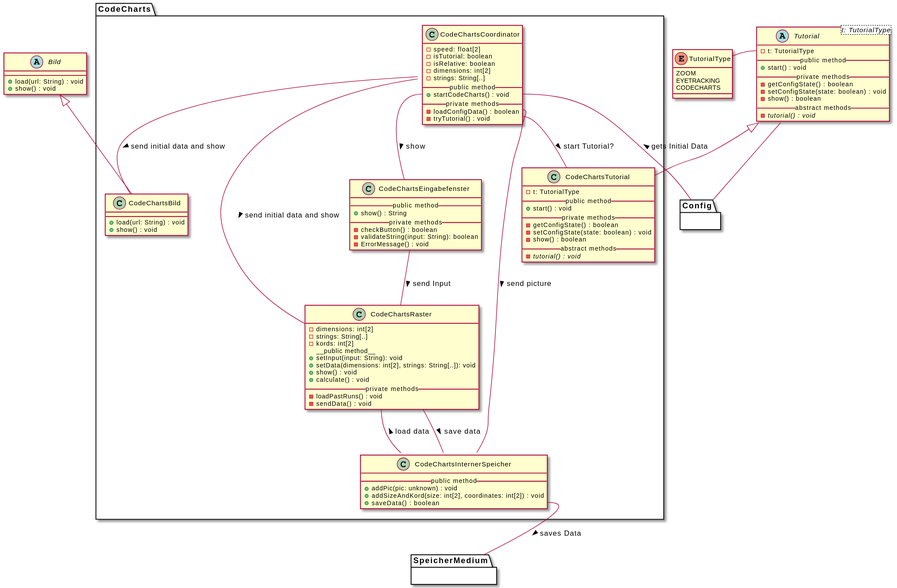
The PlantUML diagram meilenstein_03/uml-code_charts/kommentiert/uml-code_charts_commented.svg in weichware10/meilensteine, before a commit. Its diagram source:
```plantuml
@startuml
top to bottom direction

abstract Tutorial<t: TutorialType> {
  - t: TutorialType
  __public method__
  + start() : void
  __private methods__
  - getConfigState() : boolean
  - setConfigState(state: boolean) : void
  - show() : boolean
  __abstract methods__
  - {abstract} tutorial() : void
}

enum TutorialType {
  ZOOM
  EYETRACKING
  CODECHARTS
}

Tutorial::t -l- TutorialType
Tutorial -d- Config



abstract Bild {
  + load(url: String) : void
  + show() : void
}

package CodeCharts {

    class CodeChartsTutorial {
      - t: TutorialType
      __public method__
      + start() : void
      __private methods__
      - getConfigState() : boolean
      - setConfigState(state: boolean) : void
      - show() : boolean
      __abstract methods__
      - {abstract} tutorial() : void
    }

    class CodeChartsCoordinator {
        - speed: float[2]
        - isTutorial: boolean
        - isRelative: boolean
        - dimensions: int[2]
        - strings: String[..]
        __public method__
        + startCodeCharts() : void
        __private methods__
        - loadConfigData() : boolean
        - tryTutorial() : void
    }

    class CodeChartsInternerSpeicher {
        __public method__
        + addPic(pic: unknown) : void
        + addSizeAndKord(size: int[2], coordinates: int[2]) : void
        + saveData() : boolean
    }

    class CodeChartsBild {
        + load(url: String) : void
        + show() : void
    }

    class CodeChartsRaster {
        - dimensions: int[2]
        - strings: String[..]
        - kords: int[2]
        __public method__
        + setInput(input: String): void
        + setData(dimensions: int[2], strings: String[..]): void
        + show() : void
        + calculate() : void
        __private methods__
        - loadPastRuns() : void
        - sendData() : void
    }

    class CodeChartsEingabefenster {
        __public method__
        + show() : String
        __private methods__
        - checkButton() : boolean
        - validateString(input: String): boolean
        - ErrorMessage() : void
    }


    Bild <|-d- CodeChartsBild
    Tutorial <|-d- CodeChartsTutorial

    CodeChartsCoordinator -- CodeChartsBild : > send initial data and show
    CodeChartsCoordinator -- CodeChartsRaster : > send initial data and show
    CodeChartsCoordinator::startCodeCharts -- CodeChartsEingabefenster : > show
    CodeChartsCoordinator::loadConfigData -- CodeChartsInternerSpeicher : > send picture
    CodeChartsCoordinator::tryTutorial -- CodeChartsTutorial : > start Tutorial?
    CodeChartsRaster -- CodeChartsInternerSpeicher : < load data
    CodeChartsRaster -- CodeChartsInternerSpeicher : > save data
    CodeChartsEingabefenster -- CodeChartsRaster : > send Input



    CodeChartsInternerSpeicher::saveData -- SpeicherMedium : > saves Data
    CodeChartsCoordinator::startCodeCharts -- Config : < gets Initial Data

}

package Config {}

package SpeicherMedium {}
@enduml
```
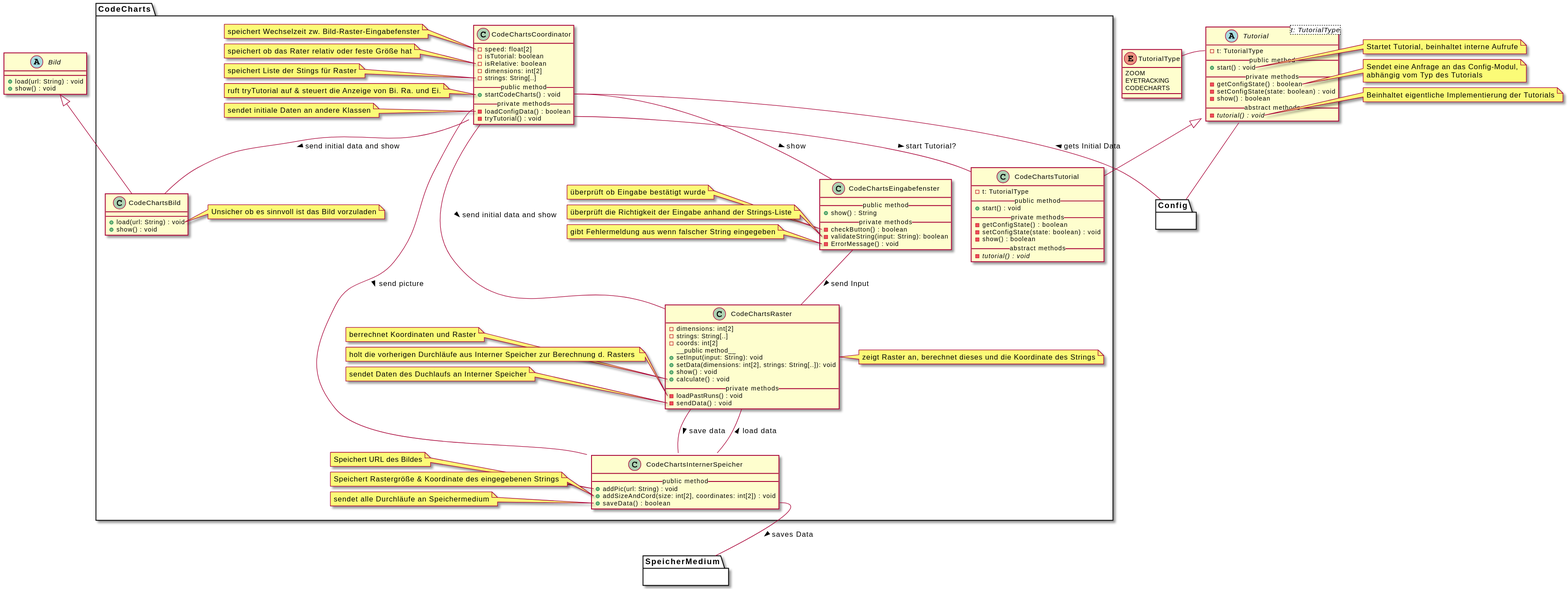
The same file after the commit.

Commit message:
Render PlantUML SVGs

What changed in the source:
```diff
@@ -18,6 +18,17 @@
   EYETRACKING
   CODECHARTS
 }
+
+note right of Tutorial::start
+    Startet Tutorial, beinhaltet interne Aufrufe
+end note
+note right of Tutorial::getConfigState
+    Sendet eine Anfrage an das Config-Modul,
+    abhängig vom Typ des Tutorials
+end note
+note right of Tutorial::tutorial
+    Beinhaltet eigentliche Implementierung der Tutorials
+end note
 
 Tutorial::t -l- TutorialType
 Tutorial -d- Config
@@ -56,22 +67,53 @@
         - tryTutorial() : void
     }
 
+    note left of CodeChartsCoordinator::speed
+        speichert Wechselzeit zw. Bild-Raster-Eingabefenster
+    end note
+    note left of CodeChartsCoordinator::isRelative
+        speichert ob das Rater relativ oder feste Größe hat
+    end note
+    note left of CodeChartsCoordinator::strings
+        speichert Liste der Stings für Raster
+    end note
+    note left of CodeChartsCoordinator::startCodeCharts
+        ruft tryTutorial auf & steuert die Anzeige von Bi. Ra. und Ei.
+    end note
+    note left of CodeChartsCoordinator::loadConfigData
+        sendet initiale Daten an andere Klassen
+    end note
+
+
     class CodeChartsInternerSpeicher {
         __public method__
-        + addPic(pic: unknown) : void
-        + addSizeAndKord(size: int[2], coordinates: int[2]) : void
+        + addPic(url: String) : void
+        + addSizeAndCord(size: int[2], coordinates: int[2]) : void
         + saveData() : boolean
     }
+
+    note left of CodeChartsInternerSpeicher::addPic
+        Speichert URL des Bildes
+    end note
+    note left of CodeChartsInternerSpeicher::addSizeAndCord
+        Speichert Rastergröße & Koordinate des eingegebenen Strings
+    end note
+    note left of CodeChartsInternerSpeicher::saveData
+        sendet alle Durchläufe an Speichermedium
+    end note
 
     class CodeChartsBild {
         + load(url: String) : void
         + show() : void
     }
 
+    note right of CodeChartsBild::load
+        Unsicher ob es sinnvoll ist das Bild vorzuladen
+    end note
+
     class CodeChartsRaster {
         - dimensions: int[2]
         - strings: String[..]
-        - kords: int[2]
+        - coords: int[2]
         __public method__
         + setInput(input: String): void
         + setData(dimensions: int[2], strings: String[..]): void
@@ -82,6 +124,19 @@
         - sendData() : void
     }
 
+    note right of CodeChartsRaster
+        zeigt Raster an, berechnet dieses und die Koordinate des Strings
+    end note
+    note left of CodeChartsRaster::calculate
+        berrechnet Koordinaten und Raster
+    end note
+    note left of CodeChartsRaster::loadPastRuns
+        holt die vorherigen Durchläufe aus Interner Speicher zur Berechnung d. Rasters
+    end note
+    note left of CodeChartsRaster::sendData
+        sendet Daten des Duchlaufs an Interner Speicher
+    end note
+
     class CodeChartsEingabefenster {
         __public method__
         + show() : String
@@ -90,6 +145,16 @@
         - validateString(input: String): boolean
         - ErrorMessage() : void
     }
+
+    note left of CodeChartsEingabefenster::checkButton
+        überprüft ob Eingabe bestätigt wurde
+    end note
+    note left of CodeChartsEingabefenster::validateString
+        überprüft die Richtigkeit der Eingabe anhand der Strings-Liste
+    end note
+    note left of CodeChartsEingabefenster::ErrorMessage
+        gibt Fehlermeldung aus wenn falscher String eingegeben
+    end note
 
 
     Bild <|-d- CodeChartsBild
```
